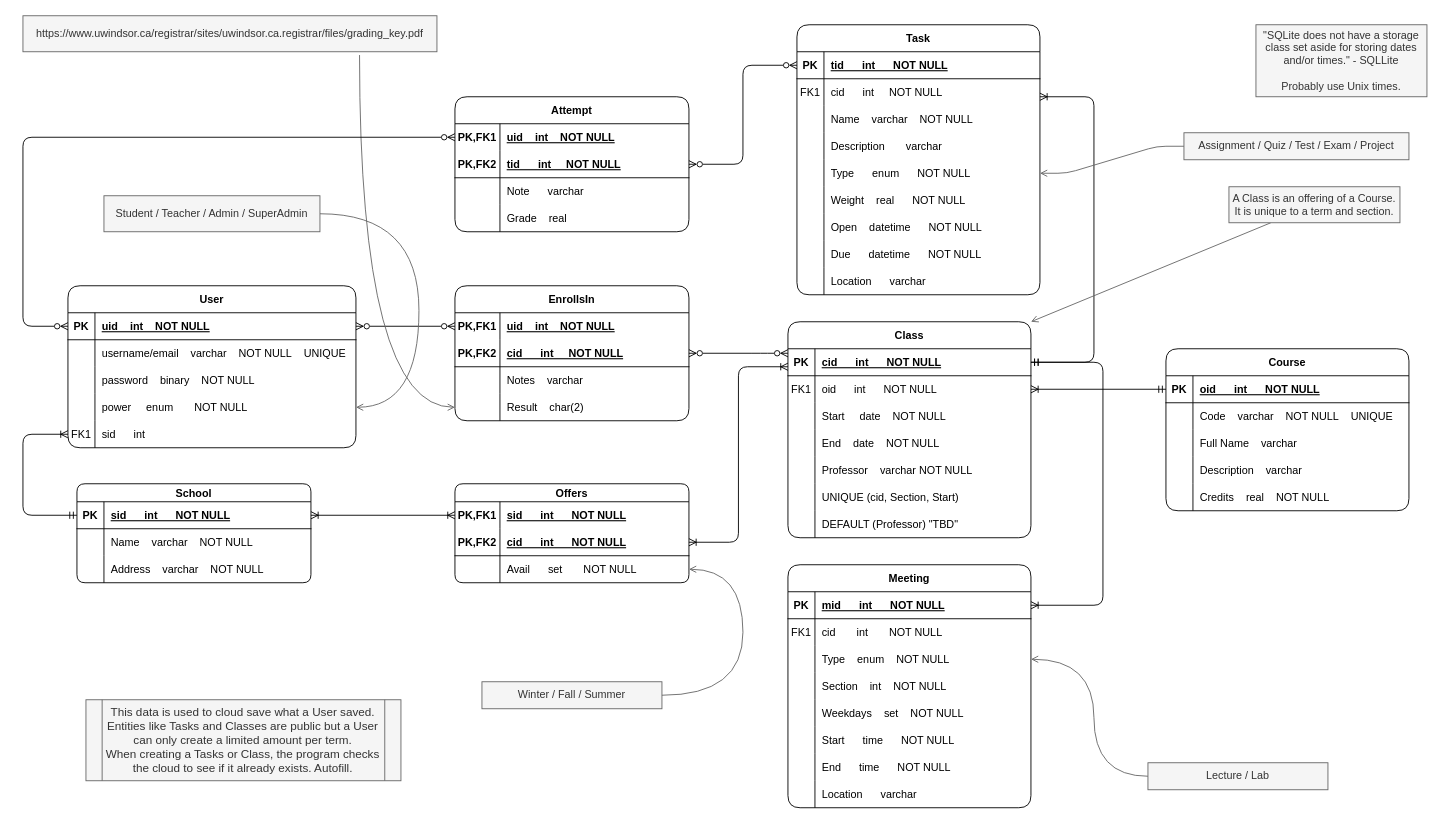
Before: docs/ERD.drawio in FaceInCake/ThePrincipleApp, a draw.io diagram. Source tidied: cells renumbered, new cells numbered last; positions are measured from the earlier drawing's top-left corner, leaving out a move shared by most shapes. Both pictures are drawn from the tidied source at 90%, with x=0, y=0 at pixel (22, 15).
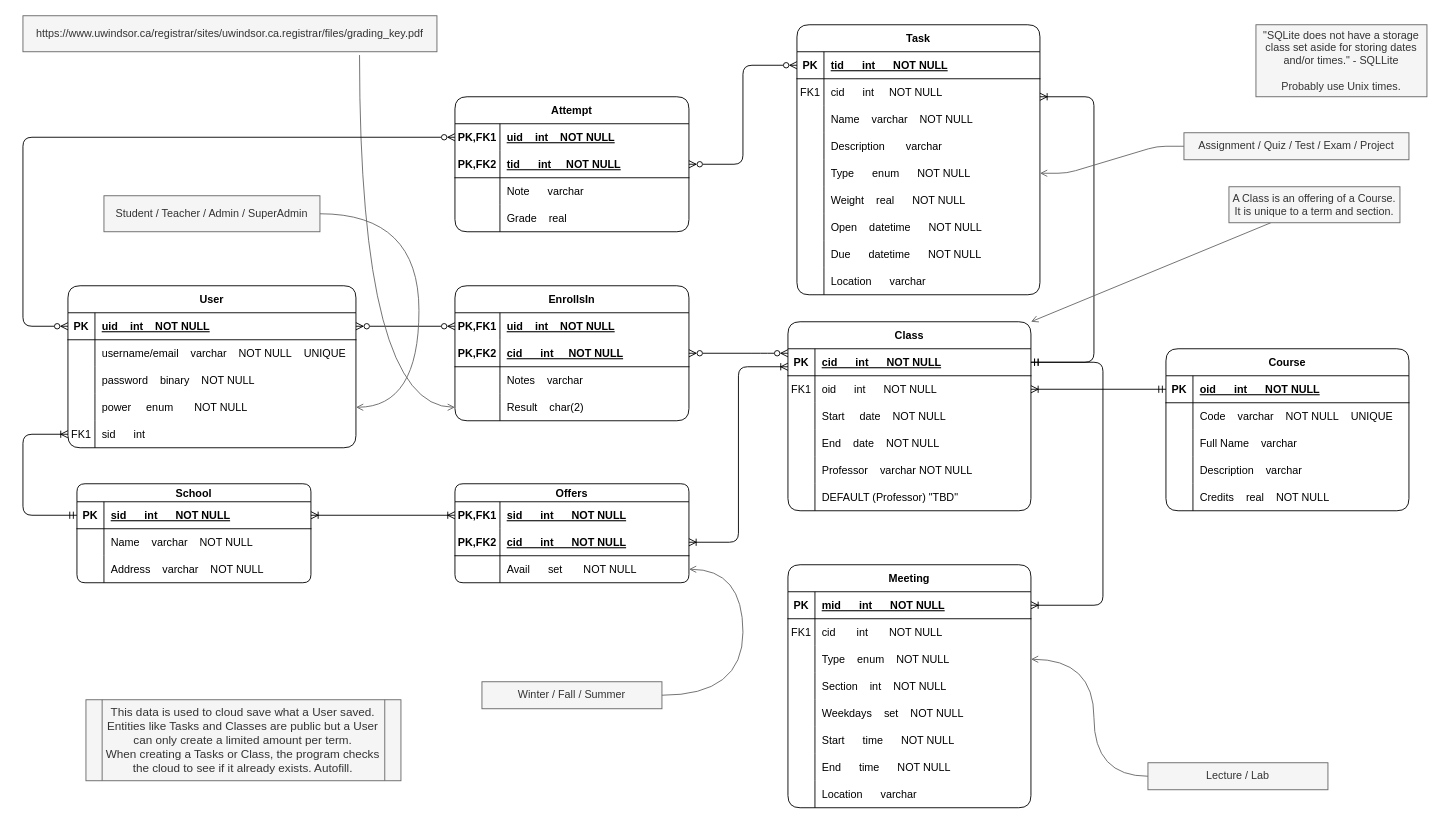
Above is the later version.

Diff of the diagram source:
```diff
@@
     <mxCell id="2" value="Class" style="shape=table;startSize=30;childLayout=tableLayout;rowLines=0;fontStyle=1;align=center;rounded=1;" parent="1" vertex="1">
-      <mxGeometry x="850" y="340" width="270" height="240" as="geometry" />
+      <mxGeometry x="850" y="340" width="270" height="210" as="geometry" />
     </mxCell>
@@
-    <mxCell id="18" style="shape=partialRectangle;fillColor=none;top=0;left=0;right=0;bottom=0;rounded=1;" parent="2" vertex="1">
-      <mxGeometry y="180" width="270" height="30" as="geometry" />
-    </mxCell>
-    <mxCell id="19" style="shape=partialRectangle;overflow=hidden;fillColor=none;top=0;left=0;bottom=0;right=0;rounded=1;" parent="18" vertex="1">
-      <mxGeometry width="30" height="30" as="geometry" />
-    </mxCell>
-    <mxCell id="20" value="UNIQUE (cid, Section, Start)" style="shape=partialRectangle;overflow=hidden;fillColor=none;top=0;left=0;bottom=0;right=0;align=left;spacingLeft=6;rounded=1;" parent="18" vertex="1">
-      <mxGeometry x="30" width="240" height="30" as="geometry" />
-    </mxCell>
     <mxCell id="21" style="shape=partialRectangle;fillColor=none;top=0;left=0;right=0;bottom=0;rounded=1;" parent="2" vertex="1">
-      <mxGeometry y="210" width="270" height="30" as="geometry" />
+      <mxGeometry y="180" width="270" height="30" as="geometry" />
     </mxCell>
```
